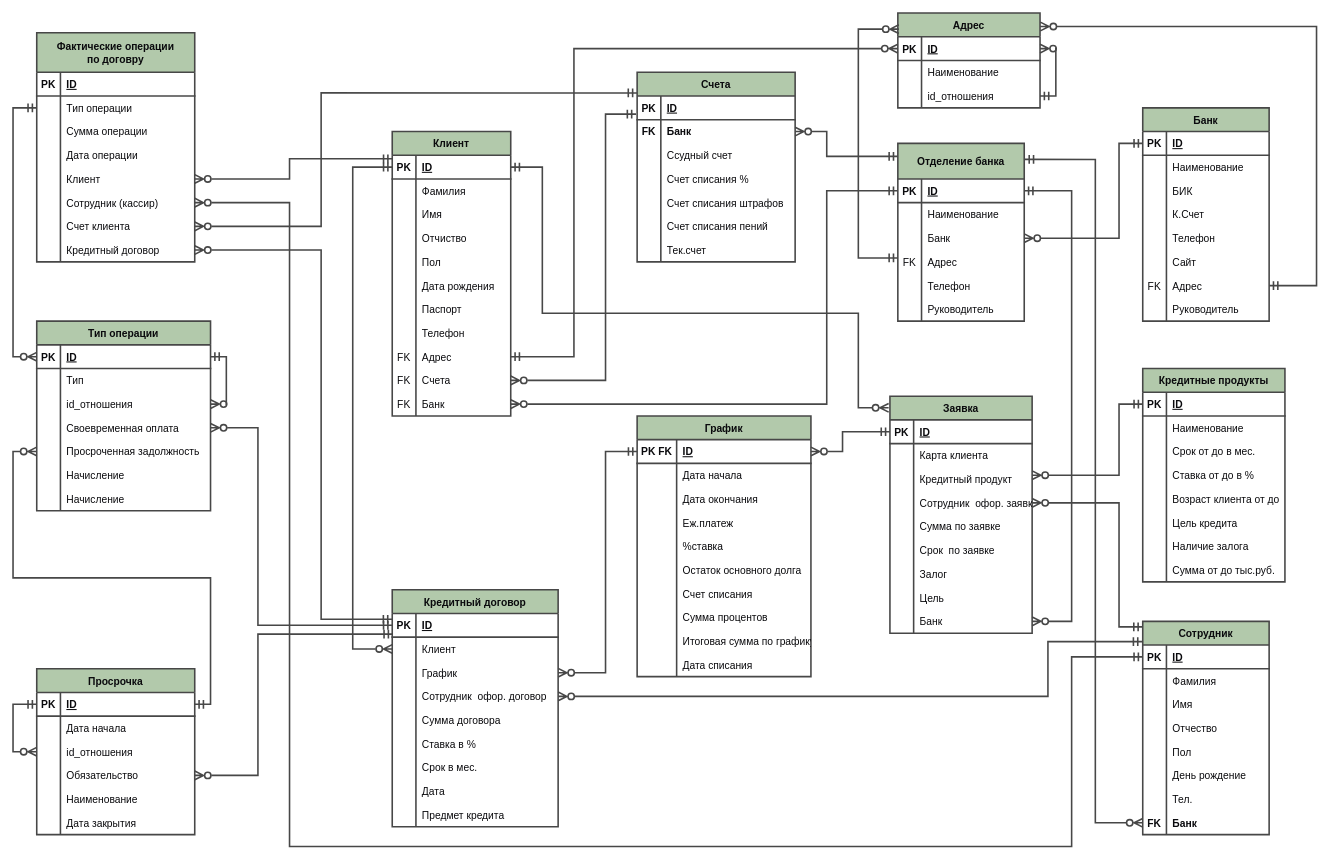
RadmirSalikhov/otushomeworks keeps this draw.io diagram as Кред Договора.drawio. Above is the earlier version. Source tidied: cells renumbered, new cells numbered last; positions are measured from the earlier drawing's top-left corner, leaving out a move shared by most shapes. Both pictures are drawn from the tidied source at 79%, with x=0, y=0 at pixel (13, 13).
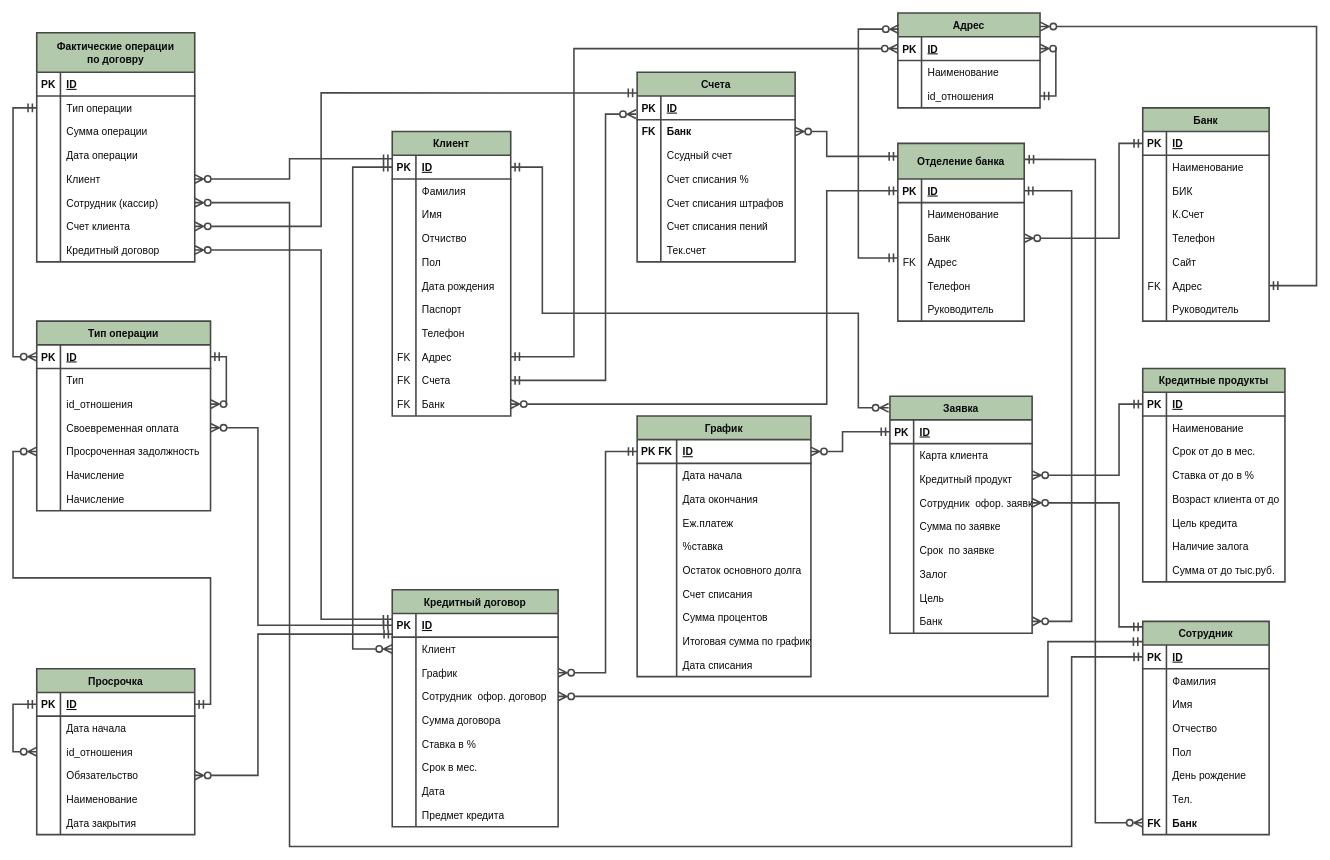
After the change.

Unchanged cells that the change refers to:
```xml
<mxCell id="30" style="shape=tableRow;horizontal=0;startSize=0;swimlaneHead=0;swimlaneBody=0;fillColor=none;points=[[0,0.5],[1,0.5]];portConstraint=eastwest;top=0;left=0;right=0;bottom=0;fontSize=13;strokeColor=#474747;fontColor=#0A0A0D;strokeWidth=2;" parent="2" vertex="1">
  <mxGeometry y="300" width="150" height="30" as="geometry" />
</mxCell>
<mxCell id="66" style="shape=tableRow;horizontal=0;startSize=0;swimlaneHead=0;swimlaneBody=0;fillColor=none;points=[[0,0.5],[1,0.5]];portConstraint=eastwest;top=0;left=0;right=0;bottom=0;fontSize=13;strokeColor=#474747;fontColor=#0A0A0D;strokeWidth=2;" parent="62" vertex="1">
  <mxGeometry y="60" width="200" height="30" as="geometry" />
</mxCell>
```

Change to the diagram source:
```diff
@@
-    <mxCell id="262" style="edgeStyle=orthogonalEdgeStyle;rounded=0;jettySize=auto;html=1;entryX=1;entryY=0.5;entryDx=0;entryDy=0;endArrow=ERzeroToMany;endFill=0;startArrow=ERmandOne;startFill=0;strokeColor=#474747;fontColor=#0A0A0D;strokeWidth=2;fontSize=13;jumpSize=6;endSize=8;startSize=8;exitX=-0.007;exitY=-0.233;exitDx=0;exitDy=0;exitPerimeter=0;" parent="1" edge="1" source="66" target="30">
+    <mxCell id="262" style="edgeStyle=orthogonalEdgeStyle;rounded=0;jettySize=auto;html=1;entryX=1;entryY=0.5;entryDx=0;entryDy=0;endArrow=ERmandOne;endFill=0;startArrow=ERzeroToMany;startFill=0;strokeColor=#474747;fontColor=#0A0A0D;strokeWidth=2;fontSize=13;jumpSize=6;endSize=8;startSize=8;exitX=-0.007;exitY=-0.233;exitDx=0;exitDy=0;exitPerimeter=0;" parent="1" edge="1" source="66" target="30">
       <mxGeometry relative="1" as="geometry">
         <Array as="points">
           <mxPoint x="750" y="128" />
           <mxPoint x="750" y="465" />
         </Array>
       </mxGeometry>
     </mxCell>
```
